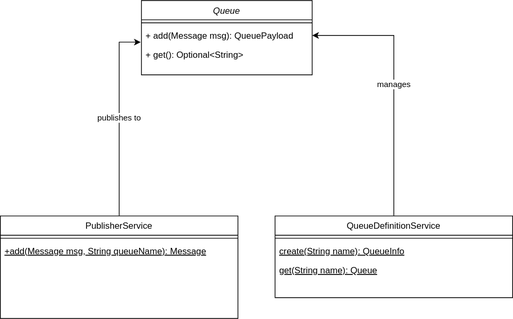
Above: ClassDiagram.svg in nitsshukla-zz/Queue (draw.io), before the change. Source tidied: cells renumbered, new cells last; positions are measured from the earlier drawing's top-left corner, leaving out a move shared by most shapes. Its diagram source:
```xml
<mxGraphModel>
  <root>
    <mxCell id="0" />
    <mxCell id="1" parent="0" />
    <mxCell id="2" value="Queue" style="swimlane;fontStyle=2;align=center;verticalAlign=top;horizontal=1;startSize=26;rounded=0;shadow=0;strokeWidth=1;" parent="1" vertex="1">
      <mxGeometry x="190" width="230" height="100" as="geometry" />
    </mxCell>
    <mxCell id="3" style="line;html=1;strokeWidth=1;align=left;verticalAlign=middle;spacingTop=-1;spacingLeft=3;spacingRight=3;labelPosition=right;" parent="2" vertex="1">
      <mxGeometry y="26" width="230" height="8" as="geometry" />
    </mxCell>
    <mxCell id="4" value="+ add(Message msg): QueuePayload" style="text;align=left;verticalAlign=top;spacingLeft=4;spacingRight=4;overflow=hidden;points=[[0,0.5],[1,0.5]];portConstraint=eastwest;" parent="2" vertex="1">
      <mxGeometry y="34" width="230" height="26" as="geometry" />
    </mxCell>
    <mxCell id="5" value="+ get(): Optional&lt;String&gt; " style="text;align=left;verticalAlign=top;spacingLeft=4;spacingRight=4;overflow=hidden;points=[[0,0.5],[1,0.5]];portConstraint=eastwest;" parent="2" vertex="1">
      <mxGeometry y="60" width="230" height="26" as="geometry" />
    </mxCell>
    <mxCell id="6" value="publishes to" style="edgeStyle=orthogonalEdgeStyle;rounded=0;jettySize=auto;html=1;entryX=-0.004;entryY=-0.154;entryDx=0;entryDy=0;entryPerimeter=0;" parent="1" edge="1" source="7" target="5">
      <mxGeometry relative="1" as="geometry" />
    </mxCell>
    <mxCell id="7" value="PublisherService" style="swimlane;fontStyle=0;align=center;verticalAlign=top;horizontal=1;startSize=26;rounded=0;shadow=0;strokeWidth=1;" parent="1" vertex="1">
      <mxGeometry y="290" width="320" height="138" as="geometry" />
    </mxCell>
    <mxCell id="8" style="line;html=1;strokeWidth=1;align=left;verticalAlign=middle;spacingTop=-1;spacingLeft=3;spacingRight=3;labelPosition=right;" parent="7" vertex="1">
      <mxGeometry y="26" width="320" height="8" as="geometry" />
    </mxCell>
    <mxCell id="9" value="+add(Message msg, String queueName): Message&#10;" style="text;align=left;verticalAlign=top;spacingLeft=4;spacingRight=4;overflow=hidden;points=[[0,0.5],[1,0.5]];portConstraint=eastwest;fontStyle=4;" parent="7" vertex="1">
      <mxGeometry y="34" width="320" height="26" as="geometry" />
    </mxCell>
    <mxCell id="10" value="manages" style="edgeStyle=orthogonalEdgeStyle;rounded=0;jettySize=auto;html=1;entryX=1;entryY=0.5;entryDx=0;entryDy=0;" parent="1" edge="1" source="11" target="4">
      <mxGeometry relative="1" as="geometry" />
    </mxCell>
    <mxCell id="11" value="QueueDefinitionService" style="swimlane;fontStyle=0;align=center;verticalAlign=top;horizontal=1;startSize=26;rounded=0;shadow=0;strokeWidth=1;" parent="1" vertex="1">
      <mxGeometry x="370" y="290" width="320" height="110" as="geometry" />
    </mxCell>
    <mxCell id="12" style="line;html=1;strokeWidth=1;align=left;verticalAlign=middle;spacingTop=-1;spacingLeft=3;spacingRight=3;labelPosition=right;" parent="11" vertex="1">
      <mxGeometry y="26" width="320" height="8" as="geometry" />
    </mxCell>
    <mxCell id="13" value="create(String name): QueueInfo" style="text;align=left;verticalAlign=top;spacingLeft=4;spacingRight=4;overflow=hidden;fontStyle=4;" parent="11" vertex="1">
      <mxGeometry y="34" width="320" height="26" as="geometry" />
    </mxCell>
    <mxCell id="14" value="get(String name): Queue" style="text;align=left;verticalAlign=top;spacingLeft=4;spacingRight=4;overflow=hidden;fontStyle=4;" parent="11" vertex="1">
      <mxGeometry y="60" width="320" height="26" as="geometry" />
    </mxCell>
  </root>
</mxGraphModel>
```
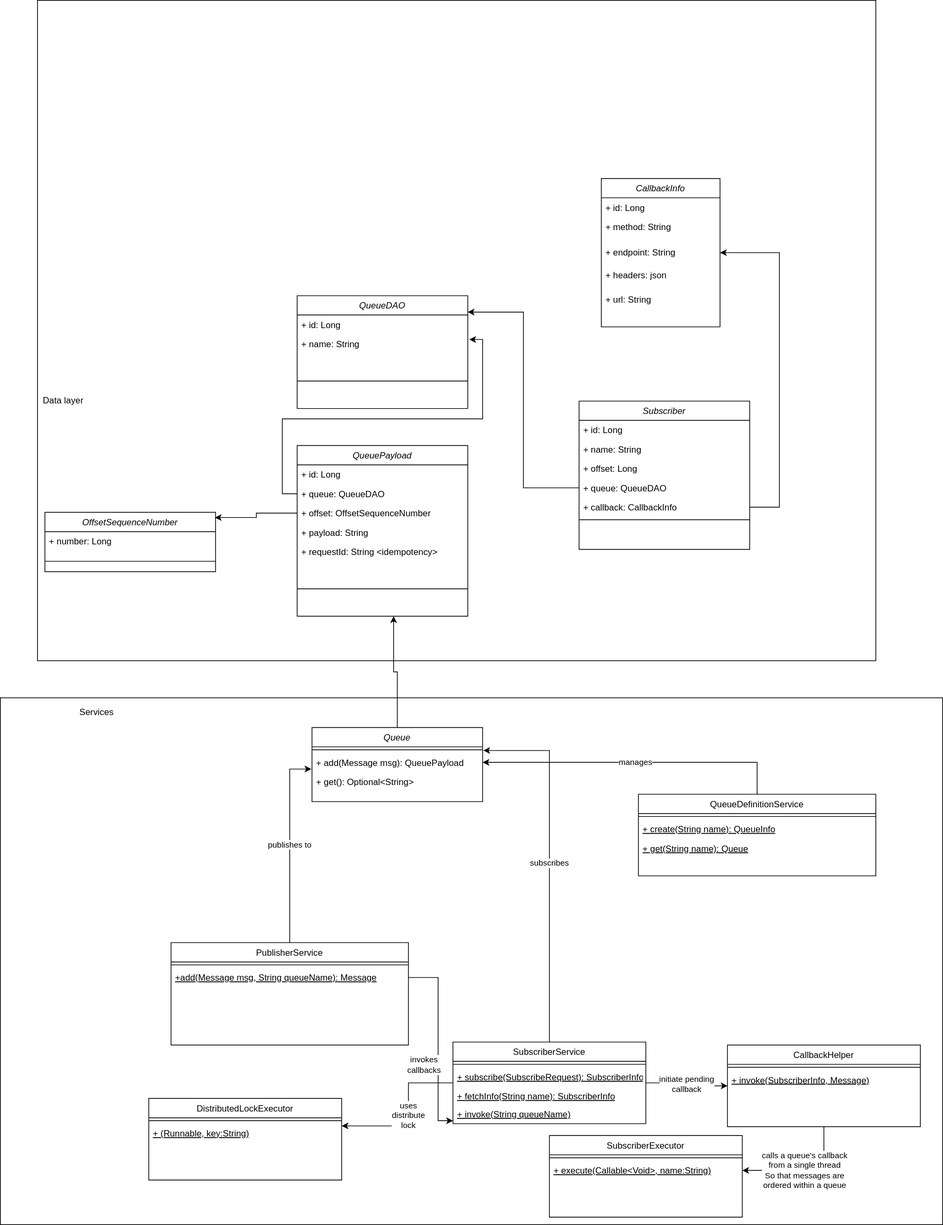
Later version of the same file.

Commit message:
Added refined class-diagram README

Change to the diagram source:
```diff
@@ -2,6 +2,17 @@
   <root>
     <mxCell id="0" />
     <mxCell id="1" parent="0" />
+    <mxCell id="15" style="rounded=0;whiteSpace=wrap;html=1;" parent="1" vertex="1">
+      <mxGeometry x="-180" y="-980" width="1130" height="890" as="geometry" />
+    </mxCell>
+    <mxCell id="16" style="rounded=0;whiteSpace=wrap;html=1;" parent="1" vertex="1">
+      <mxGeometry x="-230" y="-40" width="1270" height="710" as="geometry" />
+    </mxCell>
+    <mxCell id="17" style="edgeStyle=orthogonalEdgeStyle;rounded=0;jettySize=auto;html=1;" parent="1" edge="1" source="2">
+      <mxGeometry relative="1" as="geometry">
+        <mxPoint x="300" y="-150" as="targetPoint" />
+      </mxGeometry>
+    </mxCell>
     <mxCell id="2" value="Queue" style="swimlane;fontStyle=2;align=center;verticalAlign=top;horizontal=1;startSize=26;rounded=0;shadow=0;strokeWidth=1;" parent="1" vertex="1">
       <mxGeometry x="190" width="230" height="100" as="geometry" />
     </mxCell>
@@ -29,16 +40,193 @@
     <mxCell id="10" value="manages" style="edgeStyle=orthogonalEdgeStyle;rounded=0;jettySize=auto;html=1;entryX=1;entryY=0.5;entryDx=0;entryDy=0;" parent="1" edge="1" source="11" target="4">
       <mxGeometry relative="1" as="geometry" />
     </mxCell>
+    <mxCell id="18" value="Services" style="text;html=1;strokeColor=none;fillColor=none;align=center;verticalAlign=middle;whiteSpace=wrap;rounded=0;" parent="1" vertex="1">
+      <mxGeometry x="-120" y="-30" width="40" height="20" as="geometry" />
+    </mxCell>
+    <mxCell id="19" value="QueuePayload" style="swimlane;fontStyle=2;align=center;verticalAlign=top;horizontal=1;startSize=26;rounded=0;shadow=0;strokeWidth=1;" parent="1" vertex="1">
+      <mxGeometry x="170" y="-380" width="230" height="230" as="geometry" />
+    </mxCell>
+    <mxCell id="20" value="+ id: Long" style="text;align=left;verticalAlign=top;spacingLeft=4;spacingRight=4;overflow=hidden;" parent="19" vertex="1">
+      <mxGeometry y="26" width="230" height="26" as="geometry" />
+    </mxCell>
+    <mxCell id="21" value="+ queue: QueueDAO" style="text;align=left;verticalAlign=top;spacingLeft=4;spacingRight=4;overflow=hidden;points=[[0,0.5],[1,0.5]];portConstraint=eastwest;" parent="19" vertex="1">
+      <mxGeometry y="52" width="230" height="26" as="geometry" />
+    </mxCell>
+    <mxCell id="22" value="+ offset: OffsetSequenceNumber" style="text;align=left;verticalAlign=top;spacingLeft=4;spacingRight=4;overflow=hidden;points=[[0,0.5],[1,0.5]];portConstraint=eastwest;" parent="19" vertex="1">
+      <mxGeometry y="78" width="230" height="26" as="geometry" />
+    </mxCell>
+    <mxCell id="23" value="+ payload: String" style="text;align=left;verticalAlign=top;spacingLeft=4;spacingRight=4;overflow=hidden;" parent="19" vertex="1">
+      <mxGeometry y="104" width="230" height="26" as="geometry" />
+    </mxCell>
+    <mxCell id="24" value="+ requestId: String &lt;idempotency&gt;" style="text;align=left;verticalAlign=top;spacingLeft=4;spacingRight=4;overflow=hidden;" parent="19" vertex="1">
+      <mxGeometry y="130" width="230" height="26" as="geometry" />
+    </mxCell>
+    <mxCell id="25" style="line;html=1;strokeWidth=1;align=left;verticalAlign=middle;spacingTop=-1;spacingLeft=3;spacingRight=3;labelPosition=right;" parent="19" vertex="1">
+      <mxGeometry y="156" width="230" height="74" as="geometry" />
+    </mxCell>
+    <mxCell id="26" style="edgeStyle=orthogonalEdgeStyle;rounded=0;jettySize=auto;html=1;entryX=1.009;entryY=0.269;entryDx=0;entryDy=0;entryPerimeter=0;" parent="1" edge="1" source="21" target="45">
+      <mxGeometry relative="1" as="geometry" />
+    </mxCell>
+    <mxCell id="27" value="Data layer" style="text;html=1;strokeColor=none;fillColor=none;align=center;verticalAlign=middle;whiteSpace=wrap;rounded=0;" parent="1" vertex="1">
+      <mxGeometry x="-180" y="-450" width="70" height="20" as="geometry" />
+    </mxCell>
+    <mxCell id="28" value="Subscriber" style="swimlane;fontStyle=2;align=center;verticalAlign=top;horizontal=1;startSize=26;rounded=0;shadow=0;strokeWidth=1;" parent="1" vertex="1">
+      <mxGeometry x="550" y="-440" width="230" height="200" as="geometry" />
+    </mxCell>
+    <mxCell id="29" value="+ id: Long" style="text;align=left;verticalAlign=top;spacingLeft=4;spacingRight=4;overflow=hidden;" parent="28" vertex="1">
+      <mxGeometry y="26" width="230" height="26" as="geometry" />
+    </mxCell>
+    <mxCell id="30" value="+ name: String" style="text;align=left;verticalAlign=top;spacingLeft=4;spacingRight=4;overflow=hidden;" parent="28" vertex="1">
+      <mxGeometry y="52" width="230" height="26" as="geometry" />
+    </mxCell>
+    <mxCell id="31" value="+ offset: Long" style="text;align=left;verticalAlign=top;spacingLeft=4;spacingRight=4;overflow=hidden;" parent="28" vertex="1">
+      <mxGeometry y="78" width="230" height="26" as="geometry" />
+    </mxCell>
+    <mxCell id="32" value="+ queue: QueueDAO" style="text;align=left;verticalAlign=top;spacingLeft=4;spacingRight=4;overflow=hidden;points=[[0,0.5],[1,0.5]];portConstraint=eastwest;" parent="28" vertex="1">
+      <mxGeometry y="104" width="230" height="26" as="geometry" />
+    </mxCell>
+    <mxCell id="33" style="line;html=1;strokeWidth=1;align=left;verticalAlign=middle;spacingTop=-1;spacingLeft=3;spacingRight=3;labelPosition=right;" parent="28" vertex="1">
+      <mxGeometry y="130" width="230" height="60" as="geometry" />
+    </mxCell>
+    <mxCell id="34" value="+ endpoint: String" style="text;align=left;verticalAlign=top;spacingLeft=4;spacingRight=4;overflow=hidden;" parent="1" vertex="1">
+      <mxGeometry x="580" y="-654" width="230" height="24" as="geometry" />
+    </mxCell>
+    <mxCell id="35" value="+ url: String" style="text;align=left;verticalAlign=top;spacingLeft=4;spacingRight=4;overflow=hidden;" parent="1" vertex="1">
+      <mxGeometry x="580" y="-590" width="230" height="26" as="geometry" />
+    </mxCell>
+    <mxCell id="36" value="+ headers: json" style="text;align=left;verticalAlign=top;spacingLeft=4;spacingRight=4;overflow=hidden;" parent="1" vertex="1">
+      <mxGeometry x="580" y="-623" width="230" height="26" as="geometry" />
+    </mxCell>
+    <mxCell id="37" value="CallbackInfo" style="swimlane;fontStyle=2;align=center;verticalAlign=top;horizontal=1;startSize=26;rounded=0;shadow=0;strokeWidth=1;" parent="1" vertex="1">
+      <mxGeometry x="580" y="-740" width="160" height="200" as="geometry" />
+    </mxCell>
+    <mxCell id="38" value="+ id: Long" style="text;align=left;verticalAlign=top;spacingLeft=4;spacingRight=4;overflow=hidden;" parent="37" vertex="1">
+      <mxGeometry y="26" width="160" height="26" as="geometry" />
+    </mxCell>
+    <mxCell id="39" value="+ method: String" style="text;align=left;verticalAlign=top;spacingLeft=4;spacingRight=4;overflow=hidden;" parent="37" vertex="1">
+      <mxGeometry y="52" width="160" height="26" as="geometry" />
+    </mxCell>
+    <mxCell id="40" style="edgeStyle=orthogonalEdgeStyle;rounded=0;jettySize=auto;html=1;entryX=1;entryY=0.5;entryDx=0;entryDy=0;" parent="1" edge="1" source="41" target="37">
+      <mxGeometry relative="1" as="geometry">
+        <Array as="points">
+          <mxPoint x="820" y="-297" />
+          <mxPoint x="820" y="-640" />
+        </Array>
+      </mxGeometry>
+    </mxCell>
+    <mxCell id="41" value="+ callback: CallbackInfo" style="text;align=left;verticalAlign=top;spacingLeft=4;spacingRight=4;overflow=hidden;points=[[0,0.5],[1,0.5]];portConstraint=eastwest;" parent="1" vertex="1">
+      <mxGeometry x="550" y="-310" width="230" height="26" as="geometry" />
+    </mxCell>
+    <mxCell id="42" style="edgeStyle=orthogonalEdgeStyle;rounded=0;jettySize=auto;html=1;entryX=1;entryY=0.145;entryDx=0;entryDy=0;entryPerimeter=0;" parent="1" edge="1" source="32" target="43">
+      <mxGeometry relative="1" as="geometry" />
+    </mxCell>
+    <mxCell id="43" value="QueueDAO" style="swimlane;fontStyle=2;align=center;verticalAlign=top;horizontal=1;startSize=26;rounded=0;shadow=0;strokeWidth=1;" parent="1" vertex="1">
+      <mxGeometry x="170" y="-582" width="230" height="152" as="geometry" />
+    </mxCell>
+    <mxCell id="44" value="+ id: Long" style="text;align=left;verticalAlign=top;spacingLeft=4;spacingRight=4;overflow=hidden;" parent="43" vertex="1">
+      <mxGeometry y="26" width="230" height="26" as="geometry" />
+    </mxCell>
+    <mxCell id="45" value="+ name: String" style="text;align=left;verticalAlign=top;spacingLeft=4;spacingRight=4;overflow=hidden;points=[[0,0.5],[1,0.5]];portConstraint=eastwest;" parent="43" vertex="1">
+      <mxGeometry y="52" width="230" height="26" as="geometry" />
+    </mxCell>
+    <mxCell id="46" style="line;html=1;strokeWidth=1;align=left;verticalAlign=middle;spacingTop=-1;spacingLeft=3;spacingRight=3;labelPosition=right;" parent="43" vertex="1">
+      <mxGeometry y="78" width="230" height="74" as="geometry" />
+    </mxCell>
+    <mxCell id="47" value="OffsetSequenceNumber" style="swimlane;fontStyle=2;align=center;verticalAlign=top;horizontal=1;startSize=26;rounded=0;shadow=0;strokeWidth=1;" parent="1" vertex="1">
+      <mxGeometry x="-170" y="-290" width="230" height="80" as="geometry" />
+    </mxCell>
+    <mxCell id="48" value="+ number: Long" style="text;align=left;verticalAlign=top;spacingLeft=4;spacingRight=4;overflow=hidden;" parent="47" vertex="1">
+      <mxGeometry y="26" width="230" height="26" as="geometry" />
+    </mxCell>
+    <mxCell id="49" style="line;html=1;strokeWidth=1;align=left;verticalAlign=middle;spacingTop=-1;spacingLeft=3;spacingRight=3;labelPosition=right;" parent="47" vertex="1">
+      <mxGeometry y="52" width="230" height="28" as="geometry" />
+    </mxCell>
+    <mxCell id="50" style="edgeStyle=orthogonalEdgeStyle;rounded=0;jettySize=auto;html=1;entryX=0.996;entryY=0.088;entryDx=0;entryDy=0;entryPerimeter=0;" parent="1" edge="1" source="22" target="47">
+      <mxGeometry relative="1" as="geometry" />
+    </mxCell>
+    <mxCell id="51" value="subscribes" style="edgeStyle=orthogonalEdgeStyle;rounded=0;jettySize=auto;html=1;entryX=1.004;entryY=-0.115;entryDx=0;entryDy=0;entryPerimeter=0;" parent="1" edge="1" source="58" target="4">
+      <mxGeometry relative="1" as="geometry" />
+    </mxCell>
+    <mxCell id="52" value="initiate pending &lt;br&gt;callback" style="edgeStyle=orthogonalEdgeStyle;rounded=0;jettySize=auto;html=1;" parent="1" edge="1" source="58" target="65">
+      <mxGeometry relative="1" as="geometry" />
+    </mxCell>
+    <mxCell id="53" value="uses&lt;br&gt;distribute&lt;br&gt;lock&lt;br&gt;" style="edgeStyle=orthogonalEdgeStyle;rounded=0;jettySize=auto;html=1;" parent="1" edge="1" source="58" target="57">
+      <mxGeometry relative="1" as="geometry">
+        <Array as="points">
+          <mxPoint x="320" y="479" />
+          <mxPoint x="320" y="537" />
+        </Array>
+      </mxGeometry>
+    </mxCell>
+    <mxCell id="54" value="+ invoke(String queueName)" style="text;align=left;verticalAlign=top;spacingLeft=4;spacingRight=4;overflow=hidden;fontStyle=4;" parent="1" vertex="1">
+      <mxGeometry x="380" y="508" width="260" height="26" as="geometry" />
+    </mxCell>
+    <mxCell id="55" value="DistributedLockExecutor" style="swimlane;fontStyle=0;align=center;verticalAlign=top;horizontal=1;startSize=26;rounded=0;shadow=0;strokeWidth=1;" parent="1" vertex="1">
+      <mxGeometry x="-30" y="500" width="260" height="110" as="geometry" />
+    </mxCell>
+    <mxCell id="56" style="line;html=1;strokeWidth=1;align=left;verticalAlign=middle;spacingTop=-1;spacingLeft=3;spacingRight=3;labelPosition=right;" parent="55" vertex="1">
+      <mxGeometry y="26" width="260" height="8" as="geometry" />
+    </mxCell>
+    <mxCell id="57" value="+ (Runnable, key:String)" style="text;align=left;verticalAlign=top;spacingLeft=4;spacingRight=4;overflow=hidden;points=[[0,0.5],[1,0.5]];portConstraint=eastwest;fontStyle=4;" parent="55" vertex="1">
+      <mxGeometry y="34" width="260" height="26" as="geometry" />
+    </mxCell>
+    <mxCell id="58" value="SubscriberService" style="swimlane;fontStyle=0;align=center;verticalAlign=top;horizontal=1;startSize=26;rounded=0;shadow=0;strokeWidth=1;" parent="1" vertex="1">
+      <mxGeometry x="380" y="424" width="260" height="110" as="geometry" />
+    </mxCell>
+    <mxCell id="59" style="line;html=1;strokeWidth=1;align=left;verticalAlign=middle;spacingTop=-1;spacingLeft=3;spacingRight=3;labelPosition=right;" parent="58" vertex="1">
+      <mxGeometry y="26" width="260" height="8" as="geometry" />
+    </mxCell>
+    <mxCell id="60" value="+ subscribe(SubscribeRequest): SubscriberInfo" style="text;align=left;verticalAlign=top;spacingLeft=4;spacingRight=4;overflow=hidden;fontStyle=4;" parent="58" vertex="1">
+      <mxGeometry y="34" width="260" height="26" as="geometry" />
+    </mxCell>
+    <mxCell id="61" value="+ fetchInfo(String name): SubscriberInfo" style="text;align=left;verticalAlign=top;spacingLeft=4;spacingRight=4;overflow=hidden;fontStyle=4;" parent="58" vertex="1">
+      <mxGeometry y="60" width="260" height="26" as="geometry" />
+    </mxCell>
+    <mxCell id="62" style="edgeStyle=orthogonalEdgeStyle;rounded=0;jettySize=auto;html=1;" parent="1" edge="1" source="9">
+      <mxGeometry relative="1" as="geometry">
+        <mxPoint x="380" y="530" as="targetPoint" />
+        <Array as="points">
+          <mxPoint x="360" y="337" />
+          <mxPoint x="360" y="530" />
+        </Array>
+      </mxGeometry>
+    </mxCell>
+    <mxCell id="63" value="invokes&lt;br&gt;callbacks" style="edgeLabel;html=1;align=center;verticalAlign=middle;" parent="62" vertex="1">
+      <mxGeometry x="0.2" y="4" relative="1" as="geometry">
+        <mxPoint x="-24" y="5" as="offset" />
+      </mxGeometry>
+    </mxCell>
+    <mxCell id="64" value="calls a queue's callback&lt;br&gt;from a single thread&lt;br&gt;So that messages are&lt;br&gt;ordered within a queue" style="edgeStyle=orthogonalEdgeStyle;rounded=0;jettySize=auto;html=1;" parent="1" edge="1" source="65" target="70">
+      <mxGeometry relative="1" as="geometry" />
+    </mxCell>
+    <mxCell id="65" value="CallbackHelper" style="swimlane;fontStyle=0;align=center;verticalAlign=top;horizontal=1;startSize=26;rounded=0;shadow=0;strokeWidth=1;" parent="1" vertex="1">
+      <mxGeometry x="750" y="428" width="260" height="110" as="geometry" />
+    </mxCell>
+    <mxCell id="66" style="line;html=1;strokeWidth=1;align=left;verticalAlign=middle;spacingTop=-1;spacingLeft=3;spacingRight=3;labelPosition=right;" parent="65" vertex="1">
+      <mxGeometry y="26" width="260" height="8" as="geometry" />
+    </mxCell>
+    <mxCell id="67" value="+ invoke(SubscriberInfo, Message)" style="text;align=left;verticalAlign=top;spacingLeft=4;spacingRight=4;overflow=hidden;fontStyle=4;" parent="65" vertex="1">
+      <mxGeometry y="34" width="260" height="26" as="geometry" />
+    </mxCell>
+    <mxCell id="68" value="SubscriberExecutor" style="swimlane;fontStyle=0;align=center;verticalAlign=top;horizontal=1;startSize=26;rounded=0;shadow=0;strokeWidth=1;" parent="1" vertex="1">
+      <mxGeometry x="510" y="550" width="260" height="110" as="geometry" />
+    </mxCell>
+    <mxCell id="69" style="line;html=1;strokeWidth=1;align=left;verticalAlign=middle;spacingTop=-1;spacingLeft=3;spacingRight=3;labelPosition=right;" parent="68" vertex="1">
+      <mxGeometry y="26" width="260" height="8" as="geometry" />
+    </mxCell>
+    <mxCell id="70" value="+ execute(Callable&lt;Void&gt;, name:String)" style="text;align=left;verticalAlign=top;spacingLeft=4;spacingRight=4;overflow=hidden;points=[[0,0.5],[1,0.5]];portConstraint=eastwest;fontStyle=4;" parent="68" vertex="1">
+      <mxGeometry y="34" width="260" height="26" as="geometry" />
+    </mxCell>
     <mxCell id="11" value="QueueDefinitionService" style="swimlane;fontStyle=0;align=center;verticalAlign=top;horizontal=1;startSize=26;rounded=0;shadow=0;strokeWidth=1;" parent="1" vertex="1">
-      <mxGeometry x="370" y="290" width="320" height="110" as="geometry" />
+      <mxGeometry x="630" y="90" width="320" height="110" as="geometry" />
     </mxCell>
     <mxCell id="12" style="line;html=1;strokeWidth=1;align=left;verticalAlign=middle;spacingTop=-1;spacingLeft=3;spacingRight=3;labelPosition=right;" parent="11" vertex="1">
       <mxGeometry y="26" width="320" height="8" as="geometry" />
     </mxCell>
-    <mxCell id="13" value="create(String name): QueueInfo" style="text;align=left;verticalAlign=top;spacingLeft=4;spacingRight=4;overflow=hidden;fontStyle=4;" parent="11" vertex="1">
+    <mxCell id="13" value="+ create(String name): QueueInfo" style="text;align=left;verticalAlign=top;spacingLeft=4;spacingRight=4;overflow=hidden;fontStyle=4;" parent="11" vertex="1">
       <mxGeometry y="34" width="320" height="26" as="geometry" />
     </mxCell>
-    <mxCell id="14" value="get(String name): Queue" style="text;align=left;verticalAlign=top;spacingLeft=4;spacingRight=4;overflow=hidden;fontStyle=4;" parent="11" vertex="1">
+    <mxCell id="14" value="+ get(String name): Queue" style="text;align=left;verticalAlign=top;spacingLeft=4;spacingRight=4;overflow=hidden;fontStyle=4;" parent="11" vertex="1">
       <mxGeometry y="60" width="320" height="26" as="geometry" />
     </mxCell>
   </root>
```
